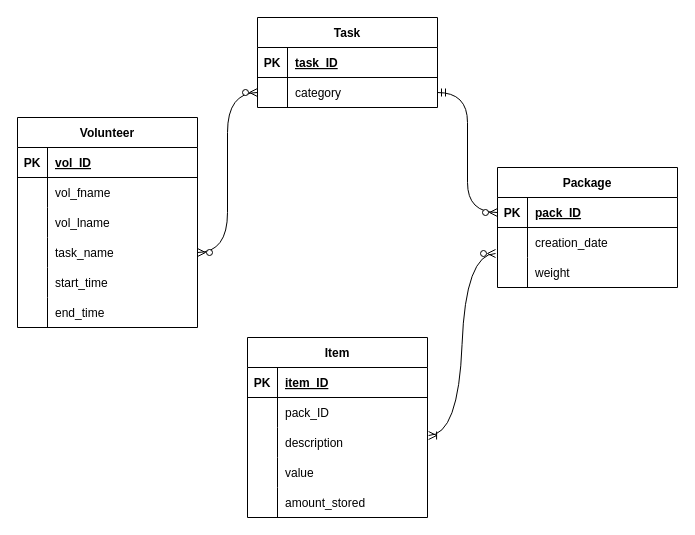
yumvinegar/database keeps this draw.io diagram as ER diagram.drawio. Above is the earlier version. Source tidied: cells renumbered, new cells numbered last; positions are measured from the earlier drawing's top-left corner, leaving out a move shared by most shapes. Both pictures are drawn from the tidied source at 100%, with x=0, y=0 at pixel (17, 17).
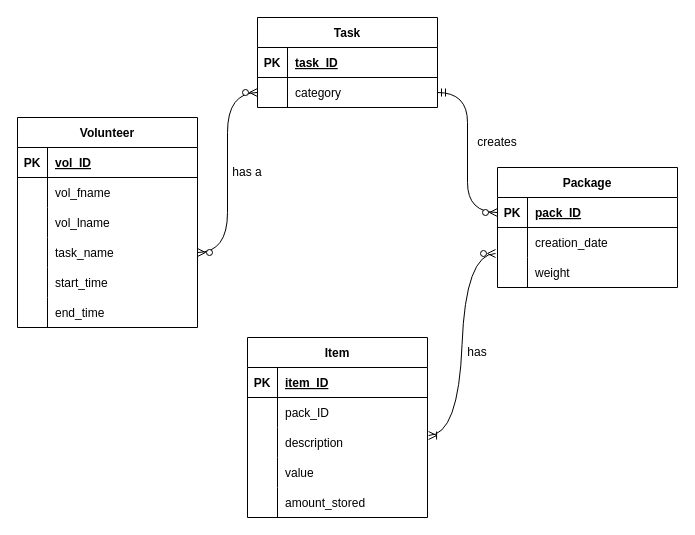
Above is the later version.

The edit, as a diff of the source:
```diff
@@
+    <mxCell id="57" value="has a" style="text;html=1;strokeColor=none;fillColor=none;align=center;verticalAlign=middle;whiteSpace=wrap;rounded=0;" parent="1" vertex="1">
+      <mxGeometry x="200" y="140" width="60" height="30" as="geometry" />
+    </mxCell>
+    <mxCell id="58" value="creates&lt;br&gt;&lt;span&gt;&lt;/span&gt;" style="text;html=1;strokeColor=none;fillColor=none;align=center;verticalAlign=middle;whiteSpace=wrap;rounded=0;" parent="1" vertex="1">
+      <mxGeometry x="450" y="110" width="60" height="30" as="geometry" />
+    </mxCell>
+    <mxCell id="59" value="has" style="text;html=1;strokeColor=none;fillColor=none;align=center;verticalAlign=middle;whiteSpace=wrap;rounded=0;" parent="1" vertex="1">
+      <mxGeometry x="430" y="320" width="60" height="30" as="geometry" />
+    </mxCell>
```
